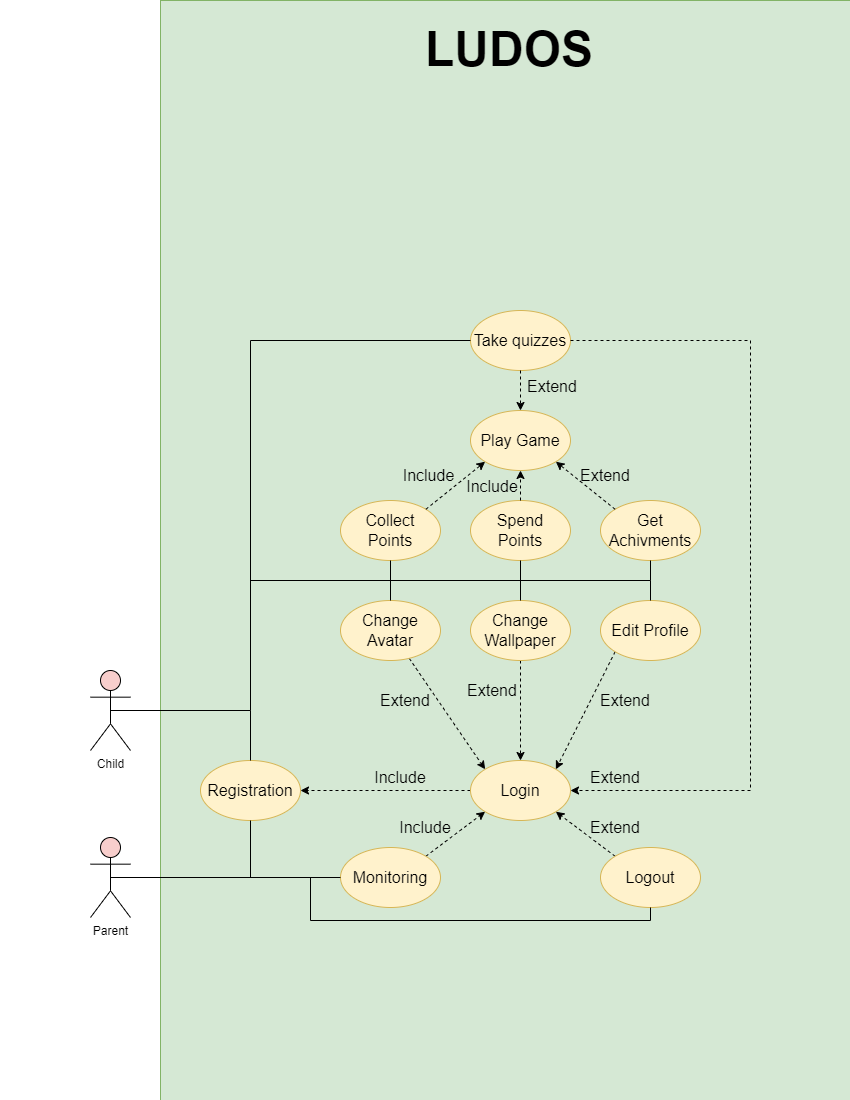
The draw.io diagram Diagrams/Use_Case_Diagram.drawio.png in LUDOOS/LUDOSDOCS, before a commit. Source tidied: cells renumbered, new cells last; positions are measured from the earlier drawing's top-left corner, leaving out a move shared by most shapes.
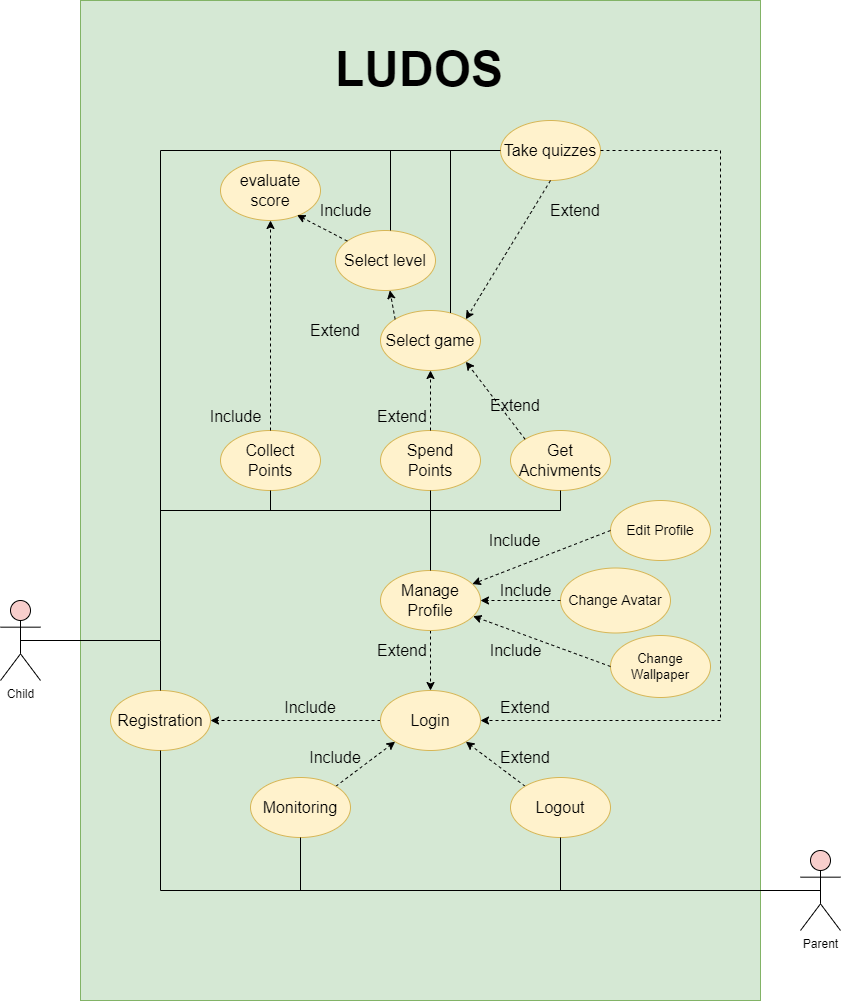
Above is the later version.

Commit message:
Use case diagram update

The edit, as a diff of the source:
```diff
@@ -6,10 +6,10 @@
       <mxGeometry y="670" width="40" height="80" as="geometry" />
     </mxCell>
     <mxCell id="3" value="Parent" style="shape=umlActor;verticalLabelPosition=bottom;verticalAlign=top;html=1;outlineConnect=0;fillColor=#f8cecc;strokeColor=#000000;" parent="1" vertex="1">
-      <mxGeometry y="837" width="40" height="80" as="geometry" />
+      <mxGeometry x="800" y="920" width="40" height="80" as="geometry" />
     </mxCell>
     <mxCell id="4" style="rounded=1;whiteSpace=wrap;html=1;arcSize=0;fillColor=#d5e8d4;strokeColor=#82b366;shadow=0;" parent="1" vertex="1">
-      <mxGeometry x="70" width="690" height="1100" as="geometry" />
+      <mxGeometry x="80" y="70" width="680" height="1000" as="geometry" />
     </mxCell>
     <mxCell id="5" value="&lt;font style=&quot;font-size: 16px;&quot;&gt;Registration&lt;/font&gt;" style="ellipse;whiteSpace=wrap;html=1;fillColor=#fff2cc;strokeColor=#d6b656;" parent="1" vertex="1">
       <mxGeometry x="110" y="760" width="100" height="60" as="geometry" />
@@ -32,32 +32,20 @@
     <mxCell id="11" value="&lt;font style=&quot;font-size: 16px;&quot;&gt;Monitoring&lt;/font&gt;" style="ellipse;whiteSpace=wrap;html=1;fillColor=#fff2cc;strokeColor=#d6b656;" parent="1" vertex="1">
       <mxGeometry x="250" y="847" width="100" height="60" as="geometry" />
     </mxCell>
-    <mxCell id="12" style="rounded=0;jettySize=auto;html=1;entryX=0;entryY=0;entryDx=0;entryDy=0;dashed=1;fontSize=16;" parent="1" edge="1" source="13" target="7">
-      <mxGeometry relative="1" as="geometry" />
-    </mxCell>
-    <mxCell id="13" value="&lt;font style=&quot;font-size: 16px;&quot;&gt;Change Avatar&lt;/font&gt;" style="ellipse;whiteSpace=wrap;html=1;fillColor=#fff2cc;strokeColor=#d6b656;" parent="1" vertex="1">
-      <mxGeometry x="250" y="600" width="100" height="60" as="geometry" />
-    </mxCell>
     <mxCell id="14" style="edgeStyle=none;rounded=0;jettySize=auto;html=1;dashed=1;fontSize=16;" parent="1" edge="1" source="15" target="7">
       <mxGeometry relative="1" as="geometry" />
     </mxCell>
-    <mxCell id="15" value="&lt;font style=&quot;font-size: 16px;&quot;&gt;Change Wallpaper&lt;/font&gt;" style="ellipse;whiteSpace=wrap;html=1;fillColor=#fff2cc;strokeColor=#d6b656;" parent="1" vertex="1">
-      <mxGeometry x="380" y="600" width="100" height="60" as="geometry" />
+    <mxCell id="15" value="&lt;span style=&quot;font-size: 16px;&quot;&gt;Manage Profile&lt;/span&gt;" style="ellipse;whiteSpace=wrap;html=1;fillColor=#fff2cc;strokeColor=#d6b656;" parent="1" vertex="1">
+      <mxGeometry x="380" y="640" width="100" height="60" as="geometry" />
     </mxCell>
-    <mxCell id="16" style="edgeStyle=none;rounded=0;jettySize=auto;html=1;exitX=0;exitY=1;exitDx=0;exitDy=0;entryX=1;entryY=0;entryDx=0;entryDy=0;dashed=1;fontSize=16;" parent="1" edge="1" source="17" target="7">
-      <mxGeometry relative="1" as="geometry" />
-    </mxCell>
-    <mxCell id="17" value="&lt;font style=&quot;font-size: 16px;&quot;&gt;Edit Profile&lt;/font&gt;" style="ellipse;whiteSpace=wrap;html=1;fillColor=#fff2cc;strokeColor=#d6b656;" parent="1" vertex="1">
-      <mxGeometry x="510" y="600" width="100" height="60" as="geometry" />
-    </mxCell>
     <mxCell id="18" value="&lt;font style=&quot;font-size: 16px;&quot;&gt;Take quizzes&lt;/font&gt;" style="ellipse;whiteSpace=wrap;html=1;fillColor=#fff2cc;strokeColor=#d6b656;" parent="1" vertex="1">
-      <mxGeometry x="380" y="310" width="100" height="60" as="geometry" />
+      <mxGeometry x="500" y="190" width="100" height="60" as="geometry" />
     </mxCell>
-    <mxCell id="19" value="&lt;font style=&quot;font-size: 16px;&quot;&gt;Play Game&lt;/font&gt;" style="ellipse;whiteSpace=wrap;html=1;fillColor=#fff2cc;strokeColor=#d6b656;" parent="1" vertex="1">
-      <mxGeometry x="380" y="410" width="100" height="60" as="geometry" />
+    <mxCell id="19" value="&lt;font style=&quot;font-size: 16px;&quot;&gt;Select game&lt;/font&gt;" style="ellipse;whiteSpace=wrap;html=1;fillColor=#fff2cc;strokeColor=#d6b656;" parent="1" vertex="1">
+      <mxGeometry x="380" y="380" width="100" height="60" as="geometry" />
     </mxCell>
     <mxCell id="20" value="&lt;font style=&quot;font-size: 16px;&quot;&gt;Collect&lt;br&gt;Points&lt;/font&gt;" style="ellipse;whiteSpace=wrap;html=1;fillColor=#fff2cc;strokeColor=#d6b656;" parent="1" vertex="1">
-      <mxGeometry x="250" y="500" width="100" height="60" as="geometry" />
+      <mxGeometry x="220" y="500" width="100" height="60" as="geometry" />
     </mxCell>
     <mxCell id="21" value="&lt;font style=&quot;font-size: 16px;&quot;&gt;Spend&lt;br&gt;Points&lt;br&gt;&lt;/font&gt;" style="ellipse;whiteSpace=wrap;html=1;fillColor=#fff2cc;strokeColor=#d6b656;" parent="1" vertex="1">
       <mxGeometry x="380" y="500" width="100" height="60" as="geometry" />
@@ -65,26 +53,18 @@
     <mxCell id="22" value="&lt;font style=&quot;font-size: 16px;&quot;&gt;Get Achivments&lt;/font&gt;" style="ellipse;whiteSpace=wrap;html=1;fillColor=#fff2cc;strokeColor=#d6b656;" parent="1" vertex="1">
       <mxGeometry x="510" y="500" width="100" height="60" as="geometry" />
     </mxCell>
-    <mxCell id="23" style="endArrow=none;html=1;rounded=0;fontSize=16;entryX=0;entryY=0.5;entryDx=0;entryDy=0;exitX=0.5;exitY=0.5;exitDx=0;exitDy=0;exitPerimeter=0;" parent="1" edge="1" source="3" target="11">
-      <mxGeometry relative="1" as="geometry">
-        <Array as="points">
-          <mxPoint x="130" y="877" />
-        </Array>
-      </mxGeometry>
-    </mxCell>
-    <mxCell id="24" style="endArrow=none;html=1;rounded=0;fontSize=16;entryX=0.5;entryY=1;entryDx=0;entryDy=0;exitX=0.5;exitY=0.5;exitDx=0;exitDy=0;exitPerimeter=0;" parent="1" edge="1" source="3" target="5">
+    <mxCell id="24" style="endArrow=none;html=1;rounded=0;fontSize=16;entryX=0.5;entryY=1;entryDx=0;entryDy=0;exitX=0.5;exitY=0.5;exitDx=0;exitDy=0;exitPerimeter=0;edgeStyle=orthogonalEdgeStyle;" parent="1" edge="1" source="3" target="5">
       <mxGeometry relative="1" as="geometry">
         <Array as="points">
-          <mxPoint x="160" y="877" />
+          <mxPoint x="160" y="960" />
         </Array>
       </mxGeometry>
     </mxCell>
-    <mxCell id="25" style="endArrow=none;html=1;rounded=0;fontSize=16;entryX=0.5;entryY=1;entryDx=0;entryDy=0;exitX=0.5;exitY=0.5;exitDx=0;exitDy=0;exitPerimeter=0;edgeStyle=orthogonalEdgeStyle;" parent="1" edge="1" source="3" target="9">
+    <mxCell id="25" style="endArrow=none;html=1;rounded=0;fontSize=16;entryX=0.5;entryY=1;entryDx=0;entryDy=0;exitX=0.5;exitY=1;exitDx=0;exitDy=0;edgeStyle=orthogonalEdgeStyle;" parent="1" edge="1" source="11" target="9">
       <mxGeometry relative="1" as="geometry">
         <Array as="points">
-          <mxPoint x="220" y="877" />
-          <mxPoint x="220" y="920" />
-          <mxPoint x="560" y="920" />
+          <mxPoint x="300" y="960" />
+          <mxPoint x="560" y="960" />
         </Array>
       </mxGeometry>
     </mxCell>
@@ -99,7 +79,7 @@
       <mxGeometry relative="1" as="geometry">
         <mxPoint x="160" y="710" as="sourcePoint" />
         <Array as="points">
-          <mxPoint x="160" y="340" />
+          <mxPoint x="160" y="220" />
         </Array>
       </mxGeometry>
     </mxCell>
@@ -111,29 +91,32 @@
         </Array>
       </mxGeometry>
     </mxCell>
-    <mxCell id="29" style="endArrow=none;html=1;rounded=0;fontSize=16;exitX=0.5;exitY=0;exitDx=0;exitDy=0;entryX=0.5;entryY=1;entryDx=0;entryDy=0;" parent="1" edge="1" source="13" target="20">
-      <mxGeometry relative="1" as="geometry" />
+    <mxCell id="29" style="endArrow=none;html=1;rounded=0;fontSize=16;entryX=0.5;entryY=1;entryDx=0;entryDy=0;" parent="1" edge="1" target="20">
+      <mxGeometry relative="1" as="geometry">
+        <mxPoint x="270" y="580" as="sourcePoint" />
+      </mxGeometry>
     </mxCell>
     <mxCell id="30" style="endArrow=none;html=1;rounded=0;fontSize=16;exitX=0.5;exitY=0;exitDx=0;exitDy=0;entryX=0.5;entryY=1;entryDx=0;entryDy=0;" parent="1" edge="1" source="15" target="21">
       <mxGeometry relative="1" as="geometry" />
     </mxCell>
-    <mxCell id="31" style="endArrow=none;html=1;rounded=0;fontSize=16;exitX=0.5;exitY=0;exitDx=0;exitDy=0;" parent="1" edge="1" source="17">
+    <mxCell id="31" style="endArrow=none;html=1;rounded=0;fontSize=16;" parent="1" edge="1">
       <mxGeometry relative="1" as="geometry">
+        <mxPoint x="560" y="570" as="sourcePoint" />
         <mxPoint x="560" y="580" as="targetPoint" />
       </mxGeometry>
     </mxCell>
     <mxCell id="32" style="endArrow=classic;html=1;rounded=0;fontSize=16;exitX=1;exitY=0.5;exitDx=0;exitDy=0;entryX=1;entryY=0.5;entryDx=0;entryDy=0;edgeStyle=orthogonalEdgeStyle;dashed=1;" parent="1" edge="1" source="18" target="7">
       <mxGeometry relative="1" as="geometry">
         <Array as="points">
-          <mxPoint x="660" y="340" />
-          <mxPoint x="660" y="790" />
+          <mxPoint x="720" y="220" />
+          <mxPoint x="720" y="790" />
         </Array>
       </mxGeometry>
     </mxCell>
-    <mxCell id="33" style="endArrow=classic;html=1;rounded=0;dashed=1;fontSize=16;exitX=0.5;exitY=1;exitDx=0;exitDy=0;entryX=0.5;entryY=0;entryDx=0;entryDy=0;" parent="1" edge="1" source="18" target="19">
+    <mxCell id="33" style="endArrow=classic;html=1;rounded=0;dashed=1;fontSize=16;exitX=0.5;exitY=1;exitDx=0;exitDy=0;entryX=1;entryY=0;entryDx=0;entryDy=0;" parent="1" edge="1" source="18" target="19">
       <mxGeometry relative="1" as="geometry" />
     </mxCell>
-    <mxCell id="34" style="endArrow=classic;html=1;rounded=0;dashed=1;fontSize=16;exitX=1;exitY=0;exitDx=0;exitDy=0;entryX=0;entryY=1;entryDx=0;entryDy=0;" parent="1" edge="1" source="20" target="19">
+    <mxCell id="34" style="endArrow=classic;html=1;rounded=0;dashed=1;fontSize=16;exitX=0.5;exitY=0;exitDx=0;exitDy=0;entryX=0.5;entryY=1;entryDx=0;entryDy=0;" parent="1" edge="1" source="20" target="54">
       <mxGeometry relative="1" as="geometry" />
     </mxCell>
     <mxCell id="35" style="endArrow=classic;html=1;rounded=0;dashed=1;fontSize=16;entryX=0.5;entryY=1;entryDx=0;entryDy=0;exitX=0.5;exitY=0;exitDx=0;exitDy=0;" parent="1" edge="1" source="21" target="19">
@@ -146,9 +129,9 @@
       <mxGeometry x="280" y="762" width="60" height="30" as="geometry" />
     </mxCell>
     <mxCell id="38" value="Include" style="text;html=1;strokeColor=none;fillColor=none;align=center;verticalAlign=middle;whiteSpace=wrap;rounded=0;shadow=0;labelBackgroundColor=none;fontSize=16;fontColor=#000000;" parent="1" vertex="1">
-      <mxGeometry x="313" y="465" width="51" height="20" as="geometry" />
+      <mxGeometry x="210" y="476" width="51" height="20" as="geometry" />
     </mxCell>
-    <mxCell id="39" value="Include" style="text;html=1;strokeColor=none;fillColor=none;align=center;verticalAlign=middle;whiteSpace=wrap;rounded=0;shadow=0;labelBackgroundColor=none;fontSize=16;fontColor=#000000;" parent="1" vertex="1">
+    <mxCell id="39" value="Extend" style="text;html=1;strokeColor=none;fillColor=none;align=center;verticalAlign=middle;whiteSpace=wrap;rounded=0;shadow=0;labelBackgroundColor=none;fontSize=16;fontColor=#000000;" parent="1" vertex="1">
       <mxGeometry x="377" y="476" width="50" height="20" as="geometry" />
     </mxCell>
     <mxCell id="40" value="Include" style="text;html=1;strokeColor=none;fillColor=none;align=center;verticalAlign=middle;whiteSpace=wrap;rounded=0;shadow=0;labelBackgroundColor=none;fontSize=16;fontColor=#000000;" parent="1" vertex="1">
@@ -160,23 +143,80 @@
     <mxCell id="42" value="Extend" style="text;html=1;strokeColor=none;fillColor=none;align=center;verticalAlign=middle;whiteSpace=wrap;rounded=0;shadow=0;labelBackgroundColor=none;fontSize=16;fontColor=#000000;" parent="1" vertex="1">
       <mxGeometry x="500" y="767" width="50" height="20" as="geometry" />
     </mxCell>
-    <mxCell id="43" value="Extend" style="text;html=1;strokeColor=none;fillColor=none;align=center;verticalAlign=middle;whiteSpace=wrap;rounded=0;shadow=0;labelBackgroundColor=none;fontSize=16;fontColor=#000000;" parent="1" vertex="1">
-      <mxGeometry x="290" y="690" width="50" height="20" as="geometry" />
-    </mxCell>
     <mxCell id="44" value="Extend" style="text;html=1;strokeColor=none;fillColor=none;align=center;verticalAlign=middle;whiteSpace=wrap;rounded=0;shadow=0;labelBackgroundColor=none;fontSize=16;fontColor=#000000;" parent="1" vertex="1">
-      <mxGeometry x="377" y="680" width="50" height="20" as="geometry" />
+      <mxGeometry x="377" y="710" width="50" height="20" as="geometry" />
     </mxCell>
-    <mxCell id="45" value="Extend" style="text;html=1;strokeColor=none;fillColor=none;align=center;verticalAlign=middle;whiteSpace=wrap;rounded=0;shadow=0;labelBackgroundColor=none;fontSize=16;fontColor=#000000;" parent="1" vertex="1">
-      <mxGeometry x="510" y="690" width="50" height="20" as="geometry" />
-    </mxCell>
     <mxCell id="46" value="Extend" style="text;html=1;strokeColor=none;fillColor=none;align=center;verticalAlign=middle;whiteSpace=wrap;rounded=0;shadow=0;labelBackgroundColor=none;fontSize=16;fontColor=#000000;" parent="1" vertex="1">
       <mxGeometry x="490" y="465" width="50" height="20" as="geometry" />
     </mxCell>
     <mxCell id="47" value="Extend" style="text;html=1;strokeColor=none;fillColor=none;align=center;verticalAlign=middle;whiteSpace=wrap;rounded=0;shadow=0;labelBackgroundColor=none;fontSize=16;fontColor=#000000;" parent="1" vertex="1">
-      <mxGeometry x="437" y="376" width="50" height="20" as="geometry" />
+      <mxGeometry x="550" y="270" width="50" height="20" as="geometry" />
     </mxCell>
     <mxCell id="48" value="&lt;h1&gt;&lt;font style=&quot;font-size: 48px;&quot;&gt;LUDOS&lt;/font&gt;&lt;/h1&gt;" style="text;html=1;strokeColor=none;fillColor=none;spacing=5;spacingTop=-20;whiteSpace=wrap;overflow=hidden;rounded=0;shadow=0;labelBackgroundColor=none;fontSize=16;fontColor=#000000;" parent="1" vertex="1">
-      <mxGeometry x="330" y="10" width="190" height="120" as="geometry" />
+      <mxGeometry x="330" y="100" width="190" height="80" as="geometry" />
     </mxCell>
+    <mxCell id="13" value="&lt;font style=&quot;font-size: 14px;&quot;&gt;Change Avatar&lt;/font&gt;" style="ellipse;whiteSpace=wrap;html=1;fillColor=#fff2cc;strokeColor=#d6b656;fontSize=14;" parent="1" vertex="1">
+      <mxGeometry x="560" y="637.5" width="110" height="65" as="geometry" />
+    </mxCell>
+    <mxCell id="49" value="&lt;font style=&quot;font-size: 13px;&quot;&gt;Change Wallpaper&lt;/font&gt;" style="ellipse;whiteSpace=wrap;html=1;fillColor=#fff2cc;strokeColor=#d6b656;fontSize=13;" parent="1" vertex="1">
+      <mxGeometry x="610" y="705" width="100" height="62" as="geometry" />
+    </mxCell>
+    <mxCell id="17" value="&lt;font style=&quot;font-size: 14px;&quot;&gt;Edit Profile&lt;/font&gt;" style="ellipse;whiteSpace=wrap;html=1;fillColor=#fff2cc;strokeColor=#d6b656;fontSize=14;" parent="1" vertex="1">
+      <mxGeometry x="610" y="570" width="100" height="60" as="geometry" />
+    </mxCell>
+    <mxCell id="50" style="endArrow=classic;html=1;rounded=0;entryX=1;entryY=0.5;entryDx=0;entryDy=0;exitX=0;exitY=0.5;exitDx=0;exitDy=0;dashed=1;" parent="1" edge="1" source="13" target="15">
+      <mxGeometry relative="1" as="geometry" />
+    </mxCell>
+    <mxCell id="51" style="endArrow=classic;html=1;rounded=0;exitX=0;exitY=0.5;exitDx=0;exitDy=0;dashed=1;" parent="1" edge="1" source="17" target="15">
+      <mxGeometry relative="1" as="geometry" />
+    </mxCell>
+    <mxCell id="52" style="endArrow=classic;html=1;rounded=0;exitX=0;exitY=0.5;exitDx=0;exitDy=0;dashed=1;" parent="1" edge="1" source="49" target="15">
+      <mxGeometry relative="1" as="geometry" />
+    </mxCell>
+    <mxCell id="53" value="&lt;font style=&quot;font-size: 16px;&quot;&gt;Select level&lt;/font&gt;" style="ellipse;whiteSpace=wrap;html=1;fillColor=#fff2cc;strokeColor=#d6b656;" parent="1" vertex="1">
+      <mxGeometry x="335" y="300" width="100" height="60" as="geometry" />
+    </mxCell>
+    <mxCell id="54" value="&lt;font style=&quot;font-size: 16px;&quot;&gt;evaluate score&lt;/font&gt;" style="ellipse;whiteSpace=wrap;html=1;fillColor=#fff2cc;strokeColor=#d6b656;" parent="1" vertex="1">
+      <mxGeometry x="220" y="230" width="100" height="60" as="geometry" />
+    </mxCell>
+    <mxCell id="55" style="endArrow=classic;html=1;rounded=0;dashed=1;fontSize=16;exitX=0;exitY=0;exitDx=0;exitDy=0;" parent="1" edge="1" source="19" target="53">
+      <mxGeometry relative="1" as="geometry" />
+    </mxCell>
+    <mxCell id="56" value="Extend" style="text;html=1;strokeColor=none;fillColor=none;align=center;verticalAlign=middle;whiteSpace=wrap;rounded=0;shadow=0;labelBackgroundColor=none;fontSize=16;fontColor=#000000;" parent="1" vertex="1">
+      <mxGeometry x="310" y="390" width="50" height="20" as="geometry" />
+    </mxCell>
+    <mxCell id="57" style="endArrow=classic;html=1;rounded=0;dashed=1;fontSize=16;entryX=0.766;entryY=0.909;entryDx=0;entryDy=0;entryPerimeter=0;" parent="1" edge="1" source="53" target="54">
+      <mxGeometry relative="1" as="geometry" />
+    </mxCell>
+    <mxCell id="58" value="Include" style="text;html=1;strokeColor=none;fillColor=none;align=center;verticalAlign=middle;whiteSpace=wrap;rounded=0;shadow=0;labelBackgroundColor=none;fontSize=16;fontColor=#000000;" parent="1" vertex="1">
+      <mxGeometry x="320" y="270" width="51" height="20" as="geometry" />
+    </mxCell>
+    <mxCell id="59" value="Include" style="text;html=1;strokeColor=none;fillColor=none;align=center;verticalAlign=middle;whiteSpace=wrap;rounded=0;shadow=0;labelBackgroundColor=none;fontSize=16;fontColor=#000000;" parent="1" vertex="1">
+      <mxGeometry x="489" y="600" width="51" height="20" as="geometry" />
+    </mxCell>
+    <mxCell id="60" value="Include" style="text;html=1;strokeColor=none;fillColor=none;align=center;verticalAlign=middle;whiteSpace=wrap;rounded=0;shadow=0;labelBackgroundColor=none;fontSize=16;fontColor=#000000;" parent="1" vertex="1">
+      <mxGeometry x="500" y="650" width="51" height="20" as="geometry" />
+    </mxCell>
+    <mxCell id="61" value="Include" style="text;html=1;strokeColor=none;fillColor=none;align=center;verticalAlign=middle;whiteSpace=wrap;rounded=0;shadow=0;labelBackgroundColor=none;fontSize=16;fontColor=#000000;" parent="1" vertex="1">
+      <mxGeometry x="489.5" y="710" width="51" height="20" as="geometry" />
+    </mxCell>
+    <mxCell id="62" style="endArrow=none;html=1;rounded=0;fontSize=16;edgeStyle=orthogonalEdgeStyle;endFill=0;" parent="1" edge="1">
+      <mxGeometry relative="1" as="geometry">
+        <mxPoint x="370" y="220" as="sourcePoint" />
+        <mxPoint x="390" y="300" as="targetPoint" />
+        <Array as="points">
+          <mxPoint x="390" y="220" />
+          <mxPoint x="390" y="300" />
+        </Array>
+      </mxGeometry>
+    </mxCell>
+    <mxCell id="63" style="endArrow=none;html=1;rounded=0;fontSize=16;endFill=0;edgeStyle=orthogonalEdgeStyle;" parent="1" edge="1" source="19">
+      <mxGeometry relative="1" as="geometry">
+        <mxPoint x="390" y="220" as="targetPoint" />
+        <Array as="points">
+          <mxPoint x="450" y="220" />
+        </Array>
+      </mxGeometry>
+    </mxCell>
   </root>
 </mxGraphModel>
```
